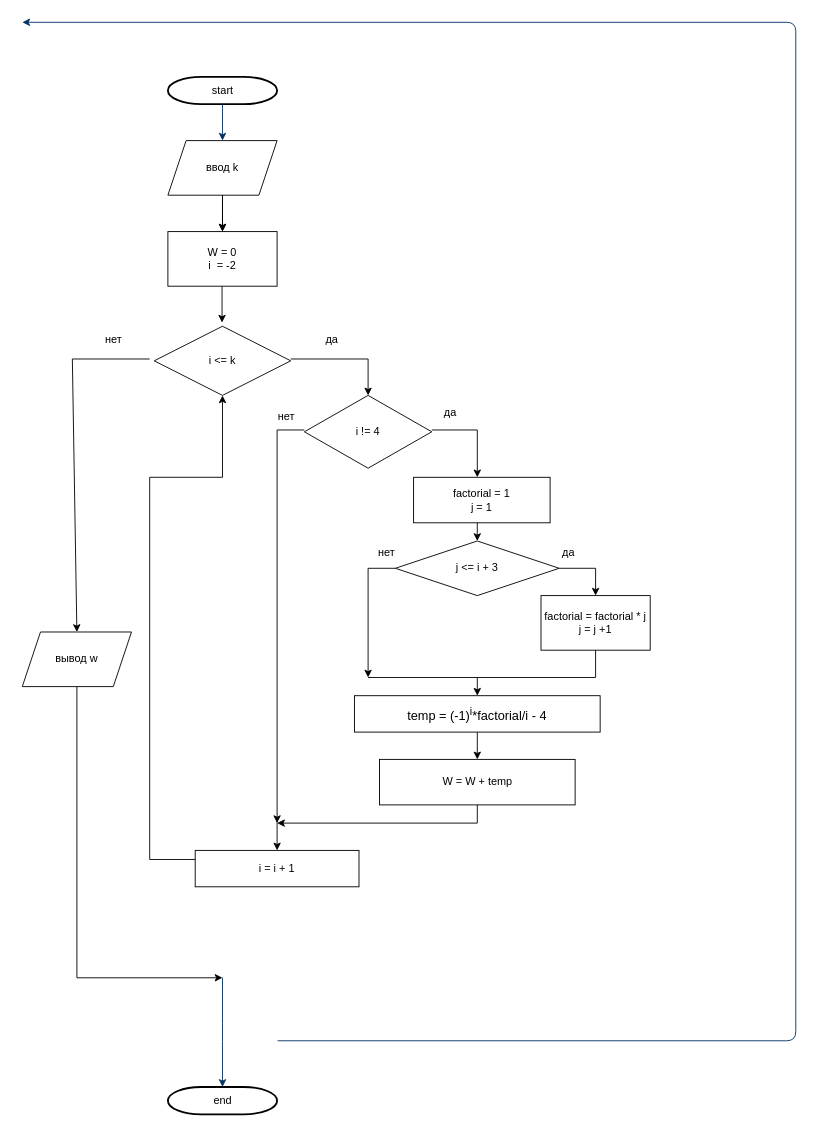
Before: LAB_3.2/ЛАБА_3.2.drawio in Svetlana184/Labss, a draw.io diagram. Source tidied: cells renumbered, new cells numbered last; positions are measured from the earlier drawing's top-left corner, leaving out a move shared by most shapes. Both pictures are drawn from the tidied source at 91%, with x=0, y=0 at pixel (22, 22).
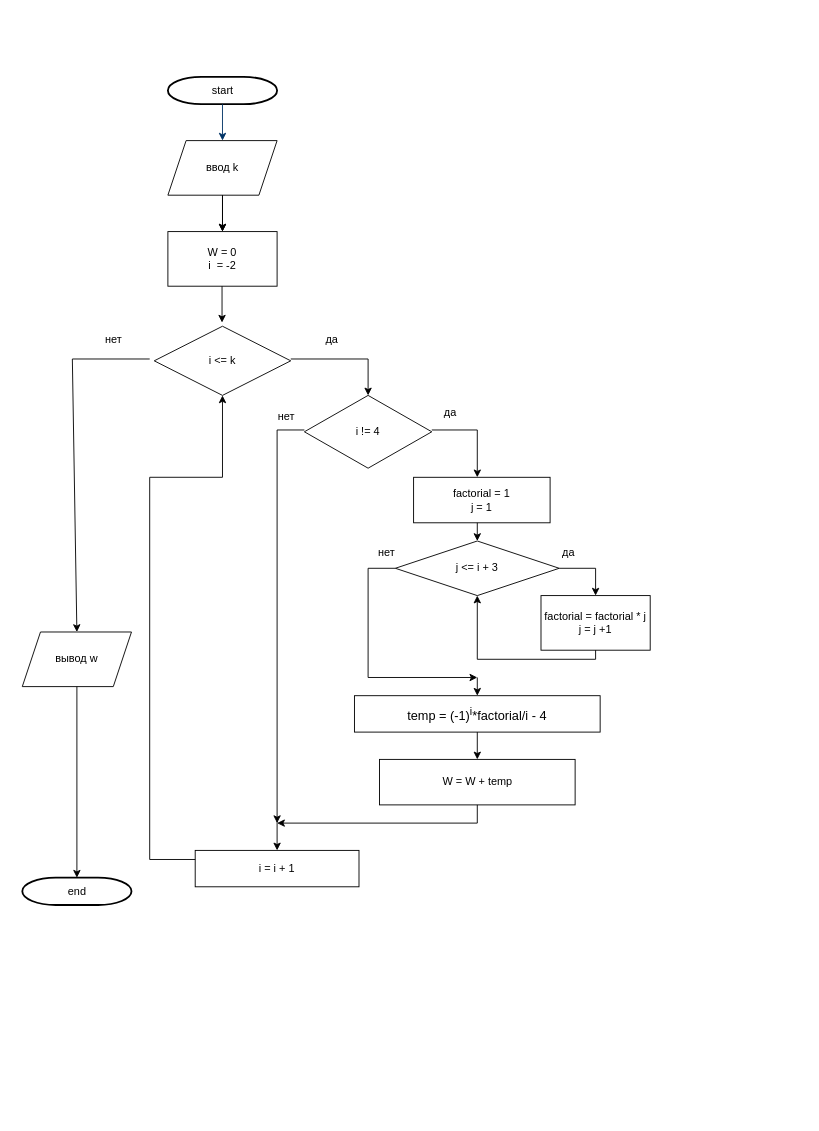
The same diagram, later.

Unchanged cells that the change refers to:
```xml
<mxCell id="25" value="j &amp;lt;= i + 3" style="rhombus;whiteSpace=wrap;html=1;" parent="1" vertex="1">
  <mxGeometry x="410" y="570" width="180" height="60" as="geometry" />
</mxCell>
<mxCell id="27" value="factorial = factorial * j&lt;div&gt;j = j +1&lt;/div&gt;" style="rounded=0;whiteSpace=wrap;html=1;" parent="1" vertex="1">
  <mxGeometry x="570" y="630" width="120" height="60" as="geometry" />
</mxCell>
```

Diff of the diagram source:
```diff
@@
     <mxCell id="4" value="end" style="shape=mxgraph.flowchart.terminator;strokeWidth=2;gradientColor=none;gradientDirection=north;fontStyle=0;html=1;" parent="1" vertex="1">
-      <mxGeometry x="160" y="1170" width="120" height="30" as="geometry" />
+      <mxGeometry y="940" width="120" height="30" as="geometry" />
     </mxCell>
-    <mxCell id="5" style="edgeStyle=elbowEdgeStyle;elbow=vertical;entryX=0.5;entryY=0;entryPerimeter=0;fontStyle=1;strokeColor=#003366;strokeWidth=1;html=1;" parent="1" edge="1" target="4">
-      <mxGeometry as="geometry">
-        <mxPoint x="220" y="1050" as="sourcePoint" />
-      </mxGeometry>
-    </mxCell>
-    <mxCell id="6" style="edgeStyle=elbowEdgeStyle;elbow=horizontal;exitX=1;exitY=0.5;exitPerimeter=0;entryX=0.905;entryY=0.5;entryPerimeter=0;fontStyle=1;strokeColor=#003366;strokeWidth=1;html=1;" parent="1" edge="1">
-      <mxGeometry as="geometry">
-        <mxPoint x="280.5" y="1119.2" as="sourcePoint" />
-        <mxPoint as="targetPoint" />
-        <Array as="points">
-          <mxPoint x="850" y="1320" />
-        </Array>
-      </mxGeometry>
-    </mxCell>
@@
     <mxCell id="16" style="endArrow=classic;html=1;rounded=0;" parent="1" edge="1">
       <mxGeometry relative="1" as="geometry">
         <mxPoint x="60" y="730" as="sourcePoint" />
-        <mxPoint x="220" y="1050" as="targetPoint" />
-        <Array as="points">
-          <mxPoint x="60" y="1050" />
-        </Array>
+        <mxPoint x="60" y="940" as="targetPoint" />
       </mxGeometry>
     </mxCell>
@@
-    <mxCell id="28" style="endArrow=none;html=1;rounded=0;entryX=0.5;entryY=1;entryDx=0;entryDy=0;" parent="1" edge="1" target="27">
-      <mxGeometry relative="1" as="geometry">
-        <mxPoint x="380" y="720" as="sourcePoint" />
-        <Array as="points">
-          <mxPoint x="630" y="720" />
-        </Array>
-      </mxGeometry>
-    </mxCell>
@@
     <mxCell id="31" style="endArrow=classic;html=1;rounded=0;exitX=0;exitY=0.5;exitDx=0;exitDy=0;" parent="1" edge="1" source="25">
       <mxGeometry relative="1" as="geometry">
-        <mxPoint x="380" y="720" as="targetPoint" />
+        <mxPoint x="500" y="720" as="targetPoint" />
         <Array as="points">
           <mxPoint x="380" y="600" />
+          <mxPoint x="380" y="720" />
         </Array>
       </mxGeometry>
     </mxCell>
@@
+    <mxCell id="41" style="endArrow=classic;html=1;rounded=0;entryX=0.5;entryY=1;entryDx=0;entryDy=0;" parent="1" edge="1" target="25">
+      <mxGeometry relative="1" as="geometry">
+        <mxPoint x="630" y="690" as="sourcePoint" />
+        <Array as="points">
+          <mxPoint x="630" y="700" />
+          <mxPoint x="500" y="700" />
+        </Array>
+      </mxGeometry>
+    </mxCell>
```
